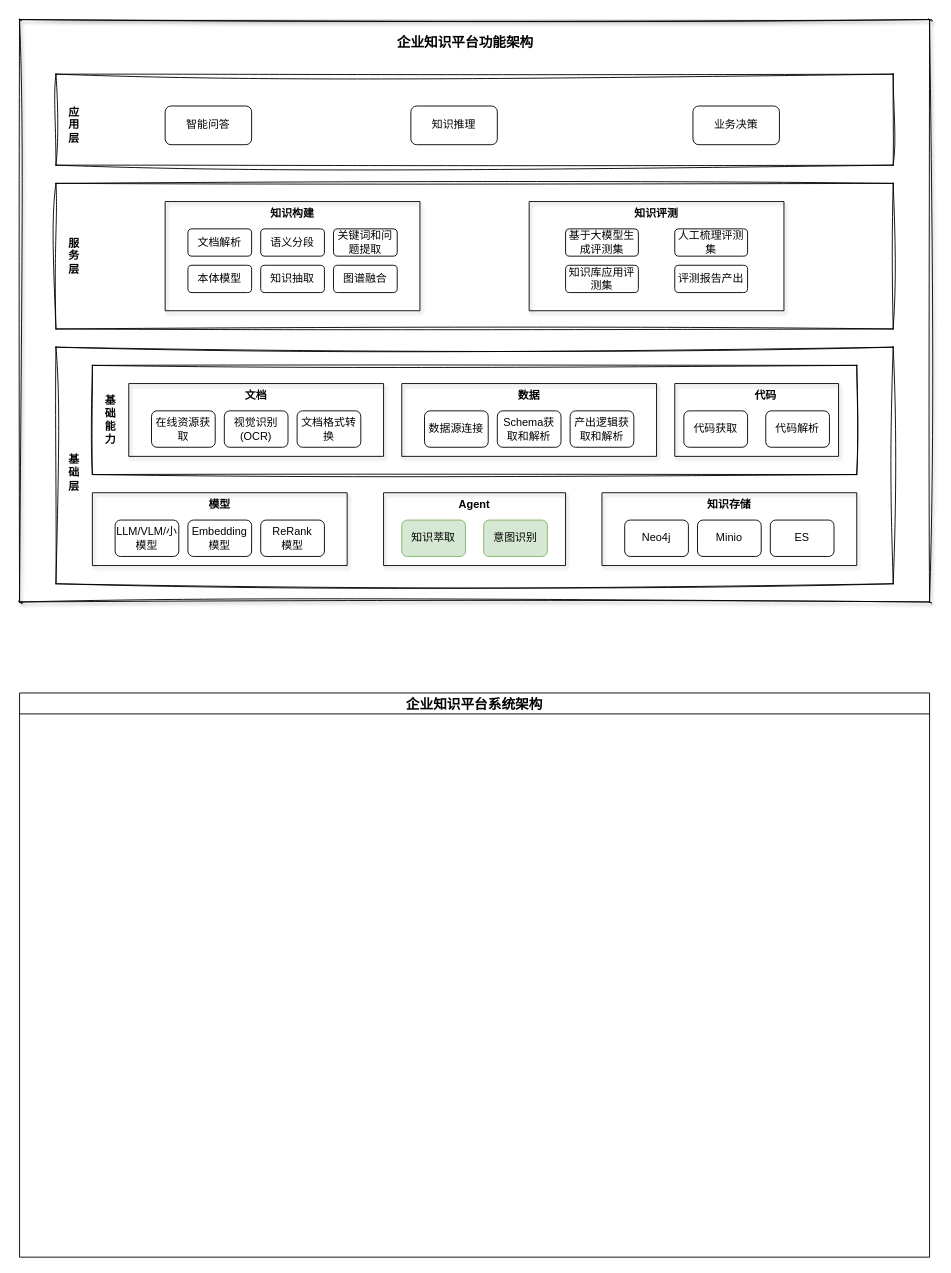
Earlier version of the draw.io diagram page "平台整体设计" (1 of 2) of biz_flow/企业知识平台设计.drawio (hlld3344/diagrams). Source tidied: cells renumbered, new cells numbered last; positions are measured from the earlier drawing's top-left corner, leaving out a move shared by most shapes. Both pictures are drawn from the tidied source at 91%, with x=0, y=0 at pixel (19, 19).
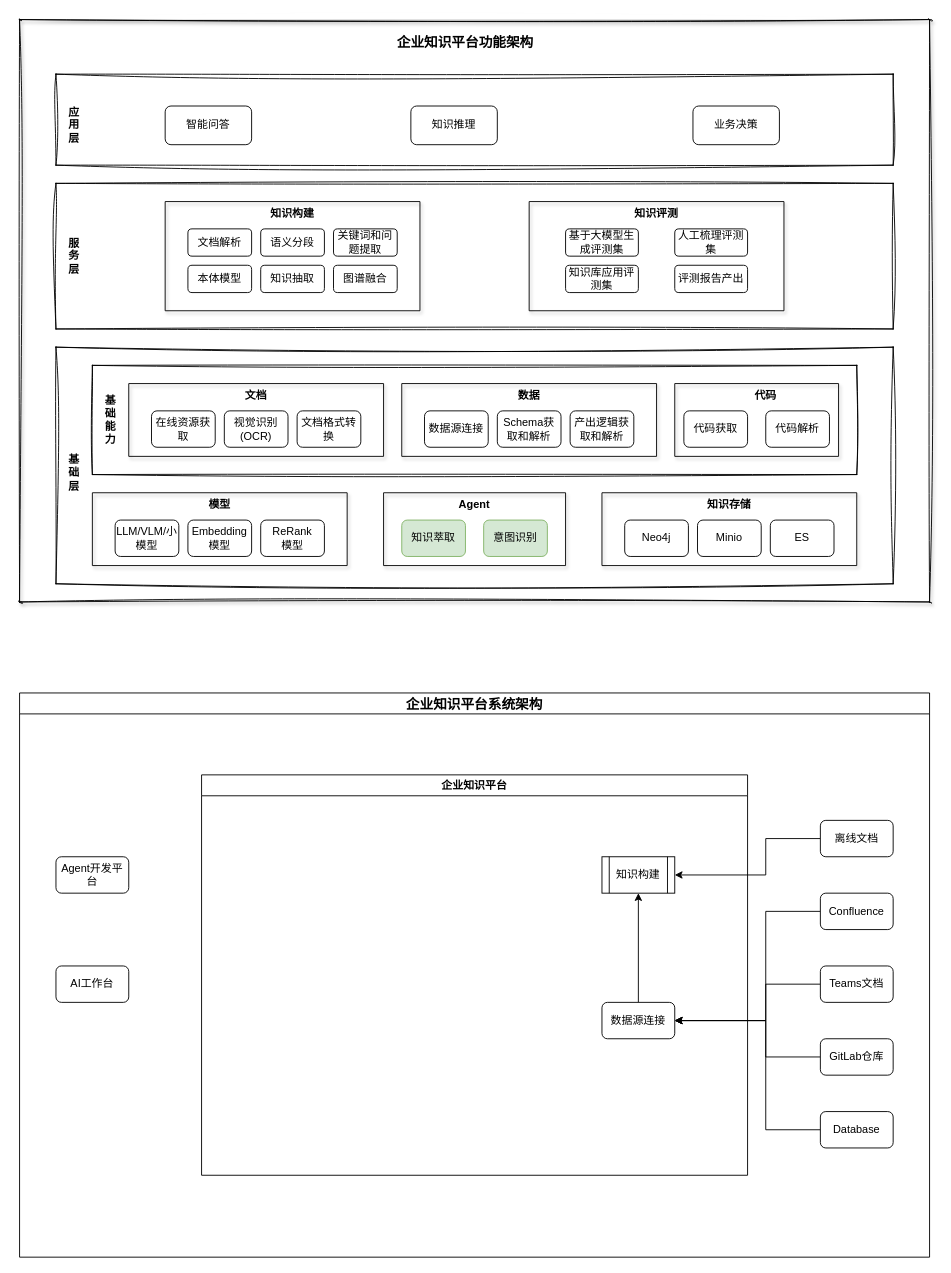
Above is the later version.

Commit message:
更新企业知识平台设计.drawio

Unchanged cells that the change refers to:
```xml
<mxCell id="57" value="&lt;font style=&quot;font-size: 15px;&quot;&gt;企业知识平台系统架构&lt;/font&gt;" style="swimlane;whiteSpace=wrap;html=1;" parent="1" vertex="1">
  <mxGeometry y="740" width="1000" height="620" as="geometry" />
</mxCell>
```

What changed in the source:
```diff
@@
+    <mxCell id="58" value="企业知识平台" style="swimlane;whiteSpace=wrap;html=1;" parent="57" vertex="1">
+      <mxGeometry x="200" y="90" width="600" height="440" as="geometry" />
+    </mxCell>
+    <mxCell id="59" style="edgeStyle=orthogonalEdgeStyle;rounded=0;jettySize=auto;html=1;exitX=0.5;exitY=0;exitDx=0;exitDy=0;" parent="58" edge="1" source="60" target="61">
+      <mxGeometry relative="1" as="geometry" />
+    </mxCell>
+    <mxCell id="60" value="数据源连接" style="rounded=1;whiteSpace=wrap;html=1;" parent="58" vertex="1">
+      <mxGeometry x="440" y="250" width="80" height="40" as="geometry" />
+    </mxCell>
+    <mxCell id="61" value="知识构建" style="shape=process;whiteSpace=wrap;html=1;backgroundOutline=1;" parent="58" vertex="1">
+      <mxGeometry x="440" y="90" width="80" height="40" as="geometry" />
+    </mxCell>
+    <mxCell id="62" value="Agent开发平台" style="rounded=1;whiteSpace=wrap;html=1;" parent="57" vertex="1">
+      <mxGeometry x="40" y="180" width="80" height="40" as="geometry" />
+    </mxCell>
+    <mxCell id="63" value="AI工作台" style="rounded=1;whiteSpace=wrap;html=1;" parent="57" vertex="1">
+      <mxGeometry x="40" y="300" width="80" height="40" as="geometry" />
+    </mxCell>
+    <mxCell id="64" style="edgeStyle=orthogonalEdgeStyle;rounded=0;jettySize=auto;html=1;exitX=0;exitY=0.5;exitDx=0;exitDy=0;entryX=1;entryY=0.5;entryDx=0;entryDy=0;" parent="57" edge="1" source="65" target="60">
+      <mxGeometry relative="1" as="geometry">
+        <Array as="points">
+          <mxPoint x="820" y="240" />
+          <mxPoint x="820" y="360" />
+        </Array>
+      </mxGeometry>
+    </mxCell>
+    <mxCell id="65" value="Confluence" style="rounded=1;whiteSpace=wrap;html=1;" parent="57" vertex="1">
+      <mxGeometry x="880" y="220" width="80" height="40" as="geometry" />
+    </mxCell>
+    <mxCell id="66" style="edgeStyle=orthogonalEdgeStyle;rounded=0;jettySize=auto;html=1;exitX=0;exitY=0.5;exitDx=0;exitDy=0;entryX=1;entryY=0.5;entryDx=0;entryDy=0;" parent="57" edge="1" source="67" target="60">
+      <mxGeometry relative="1" as="geometry">
+        <Array as="points">
+          <mxPoint x="820" y="320" />
+          <mxPoint x="820" y="360" />
+        </Array>
+      </mxGeometry>
+    </mxCell>
+    <mxCell id="67" value="Teams文档" style="rounded=1;whiteSpace=wrap;html=1;" parent="57" vertex="1">
+      <mxGeometry x="880" y="300" width="80" height="40" as="geometry" />
+    </mxCell>
+    <mxCell id="68" style="edgeStyle=orthogonalEdgeStyle;rounded=0;jettySize=auto;html=1;exitX=0;exitY=0.5;exitDx=0;exitDy=0;entryX=1;entryY=0.5;entryDx=0;entryDy=0;" parent="57" edge="1" source="69" target="60">
+      <mxGeometry relative="1" as="geometry">
+        <Array as="points">
+          <mxPoint x="820" y="400" />
+          <mxPoint x="820" y="360" />
+        </Array>
+      </mxGeometry>
+    </mxCell>
+    <mxCell id="69" value="GitLab仓库" style="rounded=1;whiteSpace=wrap;html=1;" parent="57" vertex="1">
+      <mxGeometry x="880" y="380" width="80" height="40" as="geometry" />
+    </mxCell>
+    <mxCell id="70" style="edgeStyle=orthogonalEdgeStyle;rounded=0;jettySize=auto;html=1;exitX=0;exitY=0.5;exitDx=0;exitDy=0;entryX=1;entryY=0.5;entryDx=0;entryDy=0;" parent="57" edge="1" source="71" target="61">
+      <mxGeometry relative="1" as="geometry">
+        <Array as="points">
+          <mxPoint x="820" y="160" />
+          <mxPoint x="820" y="200" />
+        </Array>
+      </mxGeometry>
+    </mxCell>
+    <mxCell id="71" value="离线文档" style="rounded=1;whiteSpace=wrap;html=1;" parent="57" vertex="1">
+      <mxGeometry x="880" y="140" width="80" height="40" as="geometry" />
+    </mxCell>
+    <mxCell id="72" style="edgeStyle=orthogonalEdgeStyle;rounded=0;jettySize=auto;html=1;exitX=0;exitY=0.5;exitDx=0;exitDy=0;entryX=1;entryY=0.5;entryDx=0;entryDy=0;" parent="57" edge="1" source="73" target="60">
+      <mxGeometry relative="1" as="geometry">
+        <Array as="points">
+          <mxPoint x="820" y="480" />
+          <mxPoint x="820" y="360" />
+        </Array>
+      </mxGeometry>
+    </mxCell>
+    <mxCell id="73" value="Database" style="rounded=1;whiteSpace=wrap;html=1;" parent="57" vertex="1">
+      <mxGeometry x="880" y="460" width="80" height="40" as="geometry" />
+    </mxCell>
```
